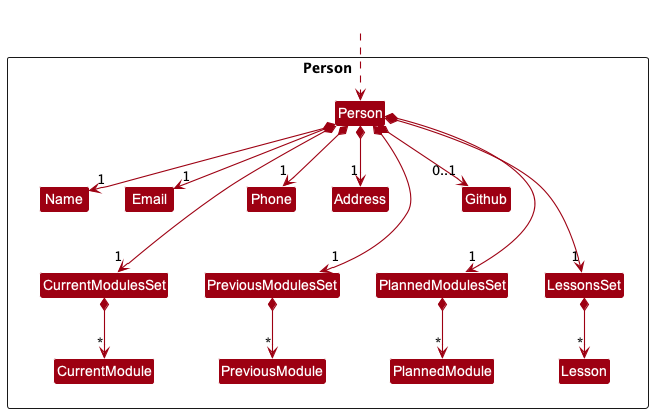
The PlantUML diagram docs/images/PersonClassDiagram.png in nus-cs2103-AY2223S1/tp, before a commit. Source of this version:
```plantuml
@startuml
!include style.puml
skinparam arrowThickness 1.1
skinparam arrowColor MODEL_COLOR
skinparam classBackgroundColor MODEL_COLOR

Class HiddenOutside #FFFFFF
HiddenOutside ..> Person

Package Person <<Rectangle>>{
Person *--> "1" Name
Person *--> "1" Email
Person *--> "0..1" Github
Person *--> "1" Phone
Person *--> "1" Address
Person *--> "1" CurrentModulesSet
Person *--> "1" PreviousModulesSet
Person *--> "1" PlannedModulesSet
Person *--> "1" LessonsSet

CurrentModulesSet *--> "*" CurrentModule
PreviousModulesSet *--> "*" PreviousModule
PlannedModulesSet *--> "*" PlannedModule
LessonsSet *--> "*" Lesson

Github -down[hidden]-> CurrentModulesSet
Github -down[hidden]-> PreviousModulesSet
Github -down[hidden]-> PlannedModulesSet
Github -down[hidden]-> LessonsSet
}

@enduml
```
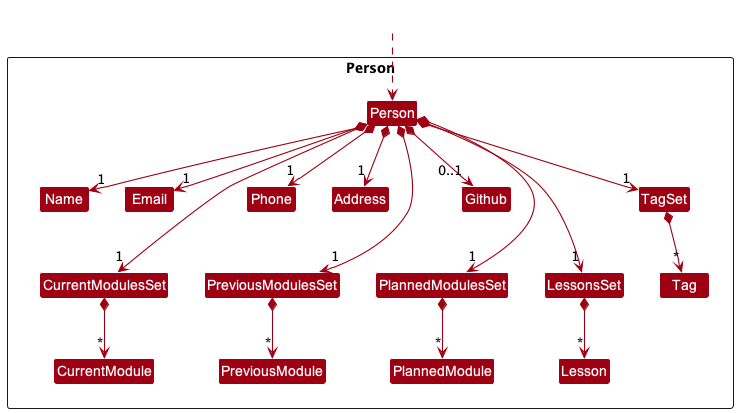
After the change.

Change to the diagram source:
```diff
@@ -13,11 +13,13 @@
 Person *--> "0..1" Github
 Person *--> "1" Phone
 Person *--> "1" Address
+Person *--> "1" TagSet
 Person *--> "1" CurrentModulesSet
 Person *--> "1" PreviousModulesSet
 Person *--> "1" PlannedModulesSet
 Person *--> "1" LessonsSet
 
+TagSet *--> "*" Tag
 CurrentModulesSet *--> "*" CurrentModule
 PreviousModulesSet *--> "*" PreviousModule
 PlannedModulesSet *--> "*" PlannedModule
```
